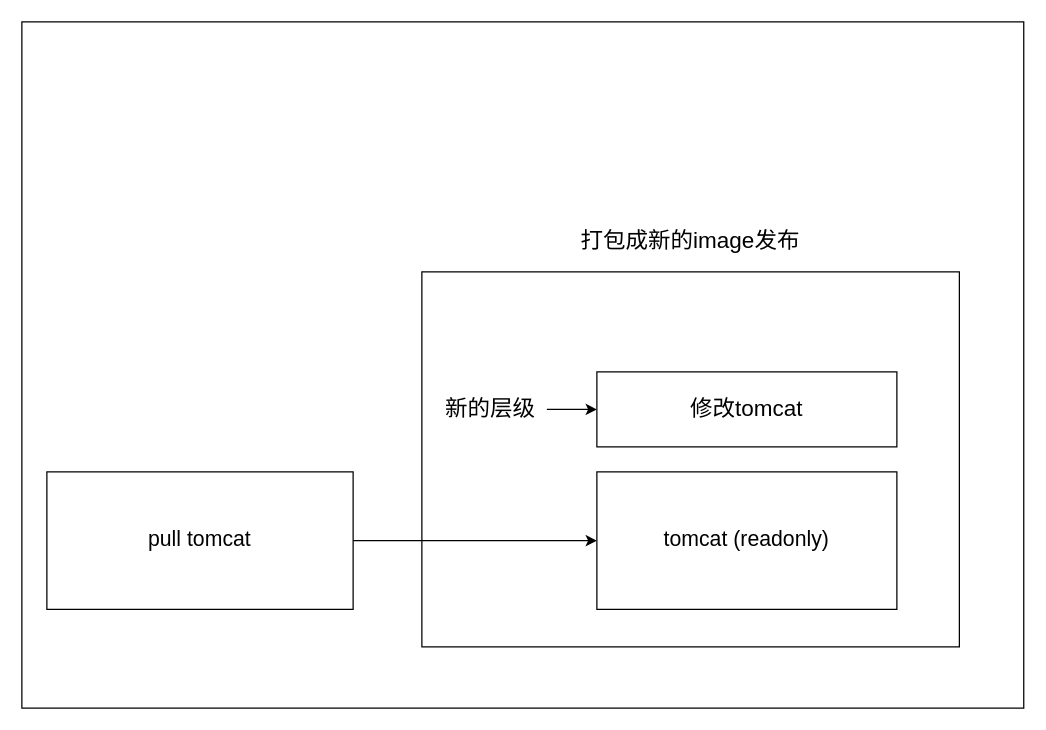
This is docs/3.服务通信/2.容器技术/assets/drawio/docker_commit.drawio from heisming/heisming-wiki, a draw.io file, before an edit. Source tidied: cells renumbered, new cells numbered last; positions are measured from the earlier drawing's top-left corner, leaving out a move shared by most shapes. Both pictures are drawn from the tidied source at 125%, with x=0, y=0 at pixel (21, 21).
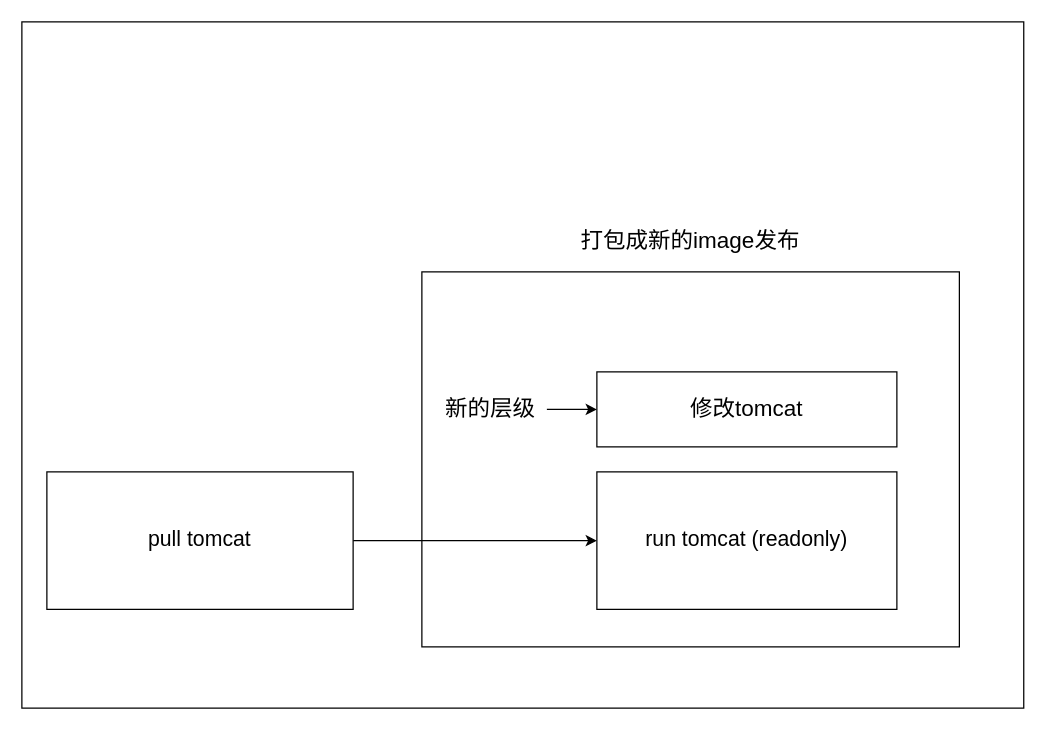
After the change.

Change to the diagram source:
```diff
@@
 <mxGraphModel>
   <root>
     <mxCell id="0" />
     <mxCell id="1" parent="0" />
     <mxCell id="2" style="rounded=0;whiteSpace=wrap;html=1;fontSize=19;" parent="1" vertex="1">
       <mxGeometry width="801.5" height="549" as="geometry" />
     </mxCell>
     <mxCell id="3" style="rounded=0;whiteSpace=wrap;html=1;fontSize=18;" parent="1" vertex="1">
       <mxGeometry x="320" y="200" width="430" height="300" as="geometry" />
     </mxCell>
-    <mxCell id="4" value="&lt;font style=&quot;font-size: 17px;&quot;&gt;tomcat (readonly)&lt;br&gt;&lt;/font&gt;" style="rounded=0;whiteSpace=wrap;html=1;" parent="1" vertex="1">
+    <mxCell id="4" value="&lt;font style=&quot;font-size: 17px;&quot;&gt;run tomcat (readonly)&lt;br&gt;&lt;/font&gt;" style="rounded=0;whiteSpace=wrap;html=1;" parent="1" vertex="1">
       <mxGeometry x="460" y="360" width="240" height="110" as="geometry" />
     </mxCell>
     <mxCell id="5" style="edgeStyle=none;html=1;exitX=1;exitY=0.5;exitDx=0;exitDy=0;" parent="1" edge="1" source="6" target="4">
       <mxGeometry relative="1" as="geometry" />
     </mxCell>
     <mxCell id="6" value="&lt;font style=&quot;font-size: 17px;&quot;&gt;pull tomcat&lt;br&gt;&lt;/font&gt;" style="rounded=0;whiteSpace=wrap;html=1;" parent="1" vertex="1">
       <mxGeometry x="20" y="360" width="245" height="110" as="geometry" />
     </mxCell>
     <mxCell id="7" value="&lt;span style=&quot;font-size: 18px;&quot;&gt;修改tomcat&lt;/span&gt;" style="rounded=0;whiteSpace=wrap;html=1;" parent="1" vertex="1">
       <mxGeometry x="460" y="280" width="240" height="60" as="geometry" />
     </mxCell>
     <mxCell id="8" style="edgeStyle=none;html=1;entryX=0;entryY=0.5;entryDx=0;entryDy=0;fontSize=18;" parent="1" edge="1" source="9" target="7">
       <mxGeometry relative="1" as="geometry" />
     </mxCell>
     <mxCell id="9" value="新的层级" style="text;html=1;strokeColor=none;fillColor=none;align=center;verticalAlign=middle;whiteSpace=wrap;rounded=0;fontSize=18;" parent="1" vertex="1">
       <mxGeometry x="330" y="295" width="90" height="30" as="geometry" />
     </mxCell>
     <mxCell id="10" value="打包成新的image发布" style="text;html=1;strokeColor=none;fillColor=none;align=center;verticalAlign=middle;whiteSpace=wrap;rounded=0;fontSize=18;" parent="1" vertex="1">
       <mxGeometry x="440" y="160" width="190" height="30" as="geometry" />
     </mxCell>
   </root>
 </mxGraphModel>
```
